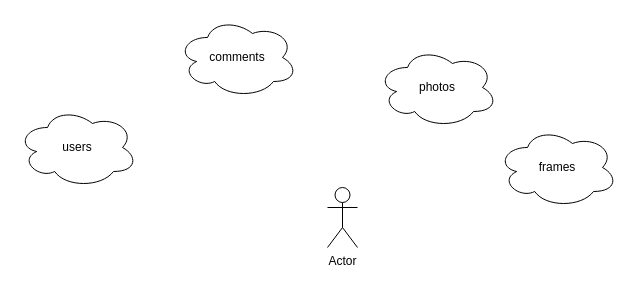
e-karov/MySQL-v17.0 keeps this draw.io diagram as page "Page-1" (1 of 4) of social_network.drawio. Above is the earlier version. Source tidied: cells renumbered, new cells numbered last; positions are measured from the earlier drawing's top-left corner, leaving out a move shared by most shapes. Both pictures are drawn from the tidied source at 100%, with x=0, y=0 at pixel (17, 17).
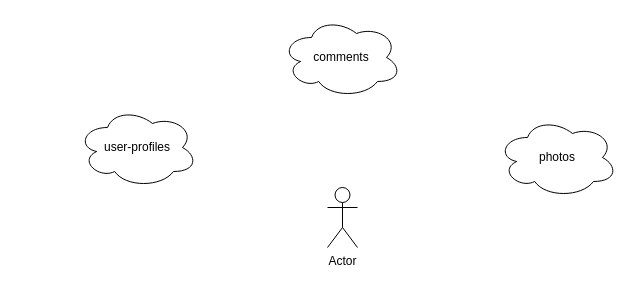
The same page after the edit.

What changed in the source:
```diff
@@
 <mxGraphModel>
   <root>
     <mxCell id="0" />
     <mxCell id="1" parent="0" />
-    <mxCell id="2" value="users" style="ellipse;shape=cloud;whiteSpace=wrap;html=1;" parent="1" vertex="1">
-      <mxGeometry y="90" width="120" height="80" as="geometry" />
+    <mxCell id="2" value="user-profiles" style="ellipse;shape=cloud;whiteSpace=wrap;html=1;" parent="1" vertex="1">
+      <mxGeometry x="60" y="90" width="120" height="80" as="geometry" />
     </mxCell>
     <mxCell id="3" value="Actor" style="shape=umlActor;verticalLabelPosition=bottom;verticalAlign=top;html=1;" parent="1" vertex="1">
       <mxGeometry x="310" y="170" width="30" height="60" as="geometry" />
     </mxCell>
     <mxCell id="4" value="comments" style="ellipse;shape=cloud;whiteSpace=wrap;html=1;" parent="1" vertex="1">
-      <mxGeometry x="160" width="120" height="80" as="geometry" />
+      <mxGeometry x="264" width="120" height="80" as="geometry" />
     </mxCell>
     <mxCell id="5" value="photos" style="ellipse;shape=cloud;whiteSpace=wrap;html=1;" parent="1" vertex="1">
-      <mxGeometry x="360" y="30" width="120" height="80" as="geometry" />
+      <mxGeometry x="480" y="100" width="120" height="80" as="geometry" />
     </mxCell>
-    <mxCell id="6" value="frames" style="ellipse;shape=cloud;whiteSpace=wrap;html=1;" parent="1" vertex="1">
-      <mxGeometry x="480" y="110" width="120" height="80" as="geometry" />
-    </mxCell>
   </root>
 </mxGraphModel>
```
